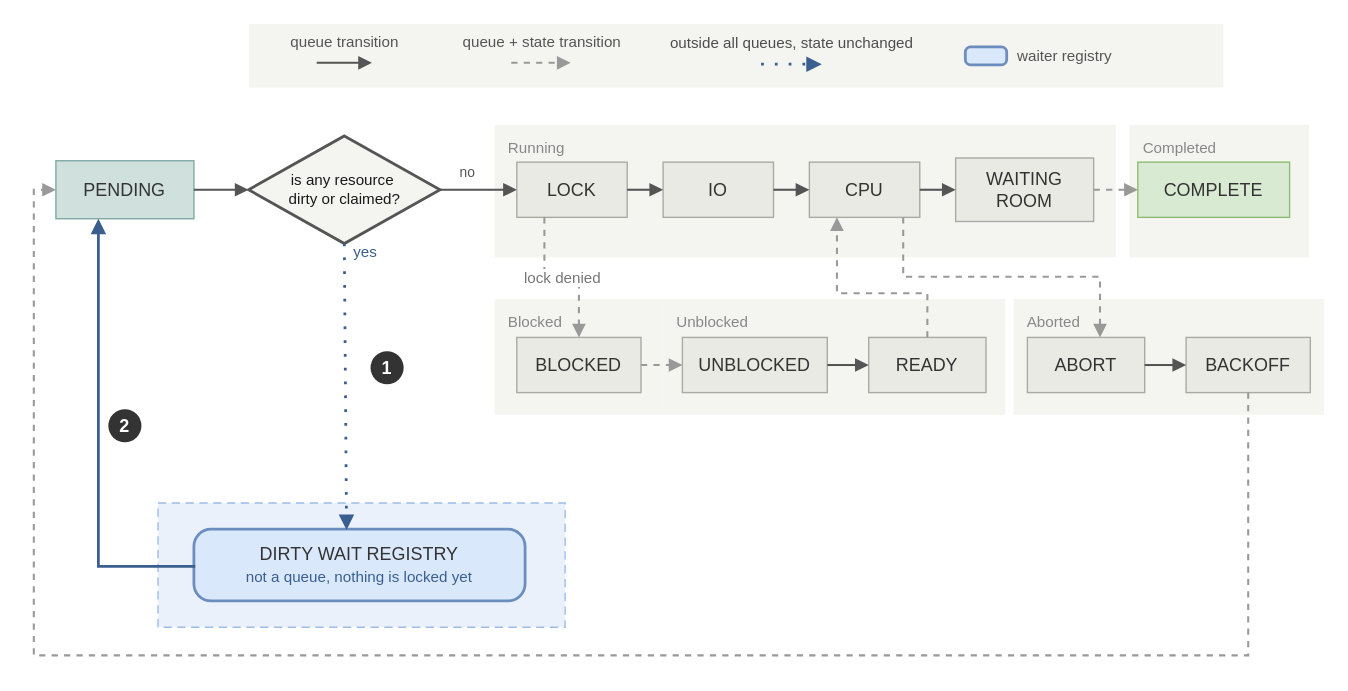
The draw.io diagram figures/fig-hybrid-queueing-acid.drawio in mililika/bachelor-thesis-tum-acid-base-adaptivity, before the edit. Source tidied: cells renumbered, new cells numbered last; positions are measured from the earlier drawing's top-left corner, leaving out a move shared by most shapes. Both pictures are drawn from the tidied source at 138%, with x=0, y=0 at pixel (33, 23).
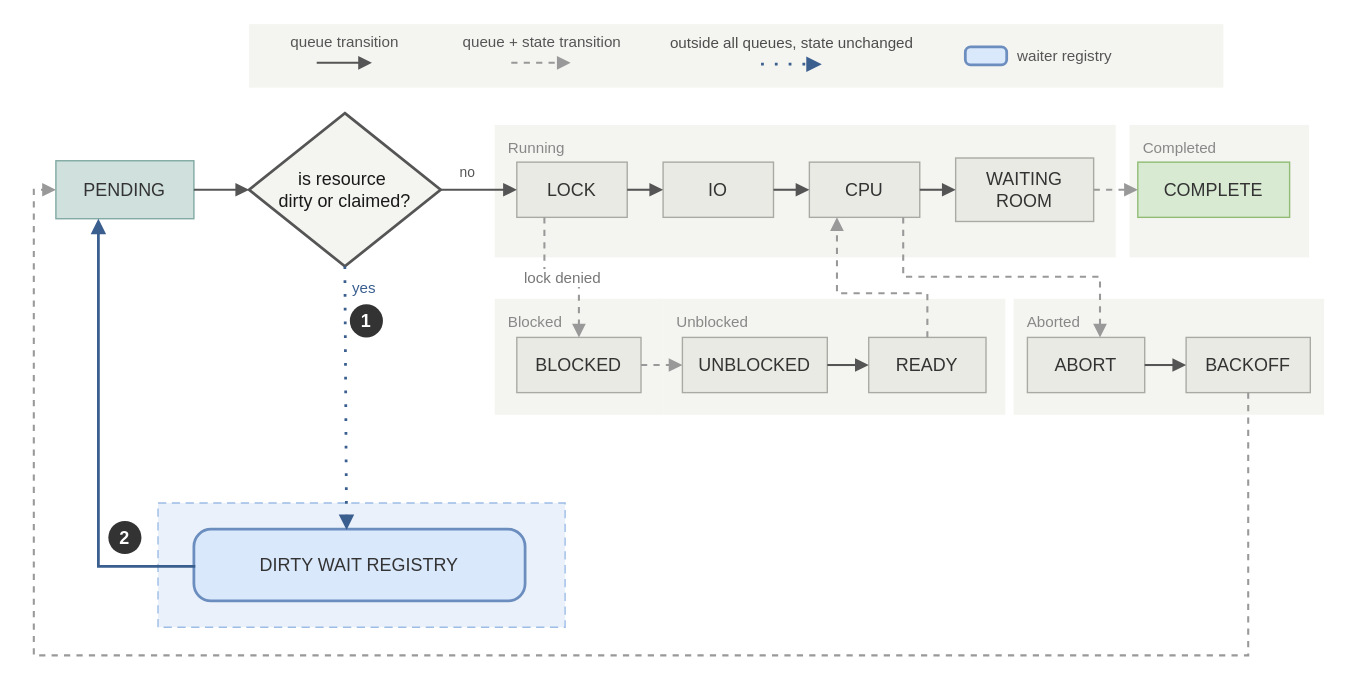
After the change.

The edit, as a diff of the source:
```diff
@@
-    <mxCell id="18" value="&lt;span&gt;is any resource&amp;nbsp;&lt;/span&gt;&lt;div&gt;&lt;span&gt;dirty or claimed?&lt;/span&gt;&lt;/div&gt;" style="rhombus;whiteSpace=wrap;html=1;fillColor=#f4f4f0;strokeColor=#555555;strokeWidth=2;fontFamily=Helvetica;fontSize=11;fontColor=#1a1a1a;fontStyle=0;" parent="1" vertex="1">
-      <mxGeometry x="155.6" y="81" width="138.8" height="78" as="geometry" />
+    <mxCell id="18" value="&lt;span&gt;is resource&amp;nbsp;&lt;/span&gt;&lt;div&gt;&lt;span&gt;dirty or claimed?&lt;/span&gt;&lt;/div&gt;" style="rhombus;whiteSpace=wrap;html=1;fillColor=#f4f4f0;strokeColor=#555555;strokeWidth=2;fontFamily=Helvetica;fontSize=13;fontColor=#1a1a1a;fontStyle=0;" parent="1" vertex="1">
+      <mxGeometry x="156" y="64.5" width="138.8" height="111" as="geometry" />
     </mxCell>
@@
-    <mxCell id="29" value="DIRTY WAIT REGISTRY&lt;br&gt;&lt;font style=&quot;font-size: 11px;&quot; color=&quot;#3a5f8f&quot;&gt;not a queue, nothing is locked yet&lt;/font&gt;" style="rounded=1;arcSize=24;whiteSpace=wrap;html=1;fillColor=#dae8fc;strokeColor=#6c8ebf;strokeWidth=2;fontFamily=Helvetica;fontSize=13;fontColor=#333333;" parent="1" vertex="1">
+    <mxCell id="29" value="DIRTY WAIT REGISTRY" style="rounded=1;arcSize=24;whiteSpace=wrap;html=1;fillColor=#dae8fc;strokeColor=#6c8ebf;strokeWidth=2;fontFamily=Helvetica;fontSize=13;fontColor=#333333;" parent="1" vertex="1">
       <mxGeometry x="116" y="366" width="240" height="52" as="geometry" />
     </mxCell>
@@
     <mxCell id="44" value="&lt;font color=&quot;#3a5f8f&quot;&gt;yes&lt;/font&gt;" style="text;html=1;align=left;verticalAlign=top;fontSize=11;fontFamily=Helvetica;fontColor=#3a5f8f;fontStyle=0;" parent="1" vertex="1">
-      <mxGeometry x="230" y="152" width="100" height="20" as="geometry" />
+      <mxGeometry x="229" y="177.5" width="100" height="20" as="geometry" />
     </mxCell>
@@
     <mxCell id="47" value="1" style="ellipse;whiteSpace=wrap;html=1;fillColor=#333333;strokeColor=none;fontColor=#ffffff;fontSize=13;fontFamily=Helvetica;fontStyle=1;verticalAlign=middle;align=center;" parent="1" vertex="1">
-      <mxGeometry x="244" y="237" width="24" height="24" as="geometry" />
+      <mxGeometry x="229" y="203" width="24" height="24" as="geometry" />
     </mxCell>
     <mxCell id="48" value="2" style="ellipse;whiteSpace=wrap;html=1;fillColor=#333333;strokeColor=none;fontColor=#ffffff;fontSize=13;fontFamily=Helvetica;fontStyle=1;verticalAlign=middle;align=center;" parent="1" vertex="1">
-      <mxGeometry x="54" y="279" width="24" height="24" as="geometry" />
+      <mxGeometry x="54" y="360" width="24" height="24" as="geometry" />
     </mxCell>
```
